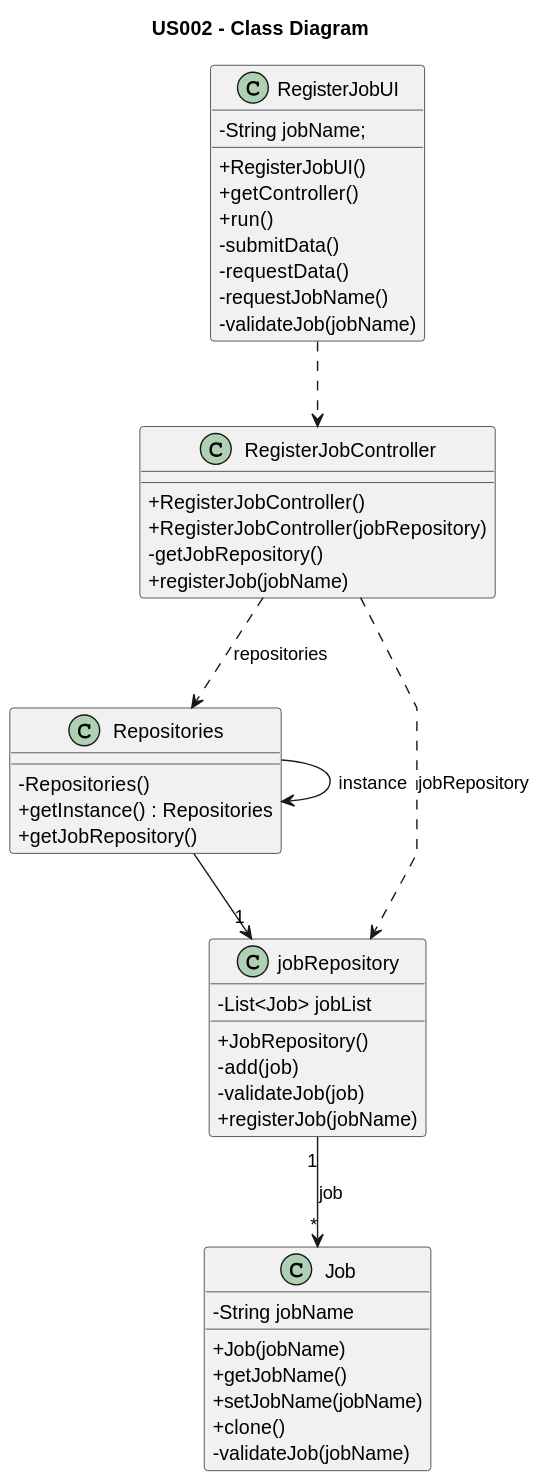
The PlantUML diagram docs/sprintB/us002/03.design/svg/us002-class-diagram.svg in Rui-San/LAPR2_2023_2024, before a commit.
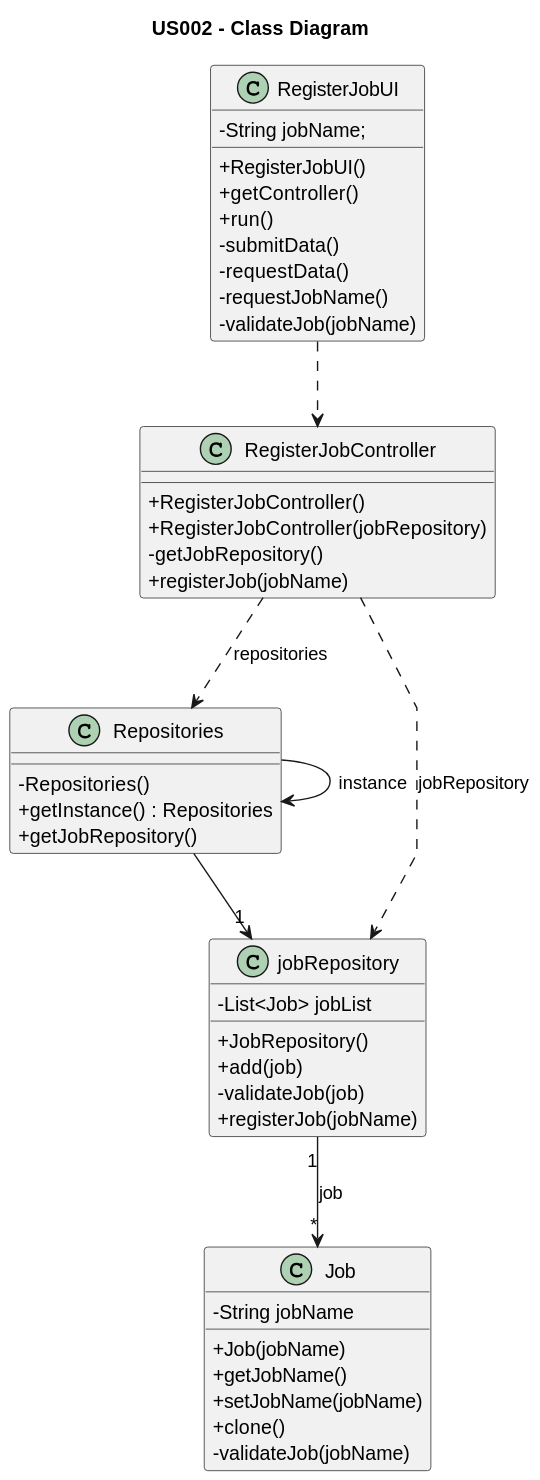
The same file after the commit.

The edit, as a diff of the source:
```diff
@@ -39,7 +39,7 @@
     - List<Job> jobList
 
     + JobRepository()
-    - add(job)
+    + add(job)
     - validateJob(job)
     + registerJob(jobName)
 }
```
